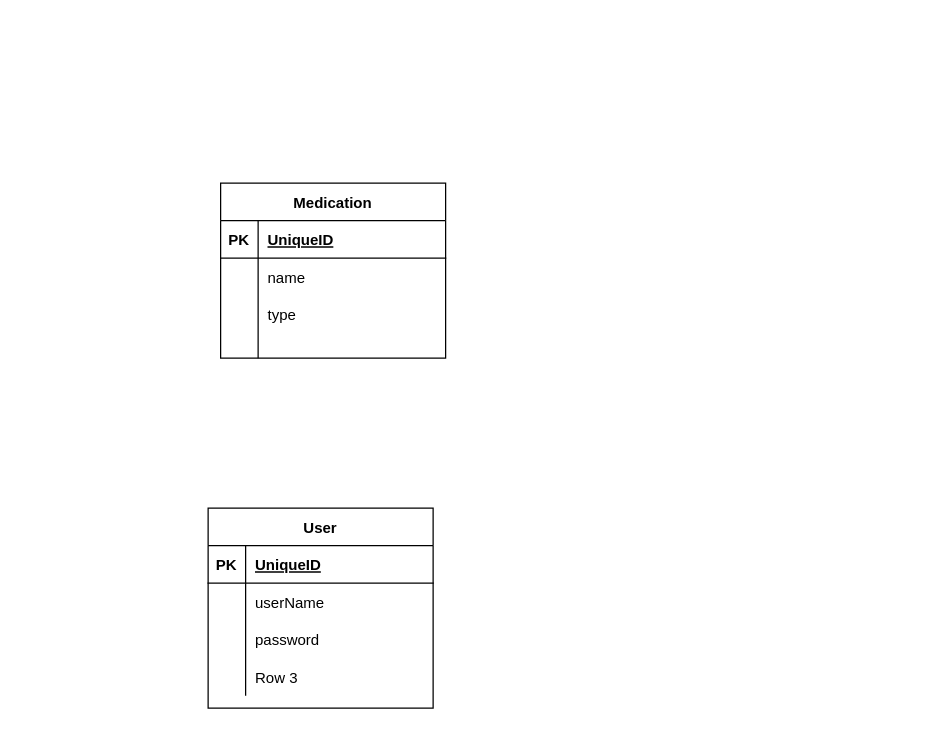
Before: diagrams/DB Modeling Diagram.drawio in skspade/track.rx, a draw.io diagram. Source tidied: cells renumbered, new cells numbered last; positions are measured from the earlier drawing's top-left corner, leaving out a move shared by most shapes. Both pictures are drawn from the tidied source at 125%, with x=0, y=0 at pixel (208, 182).
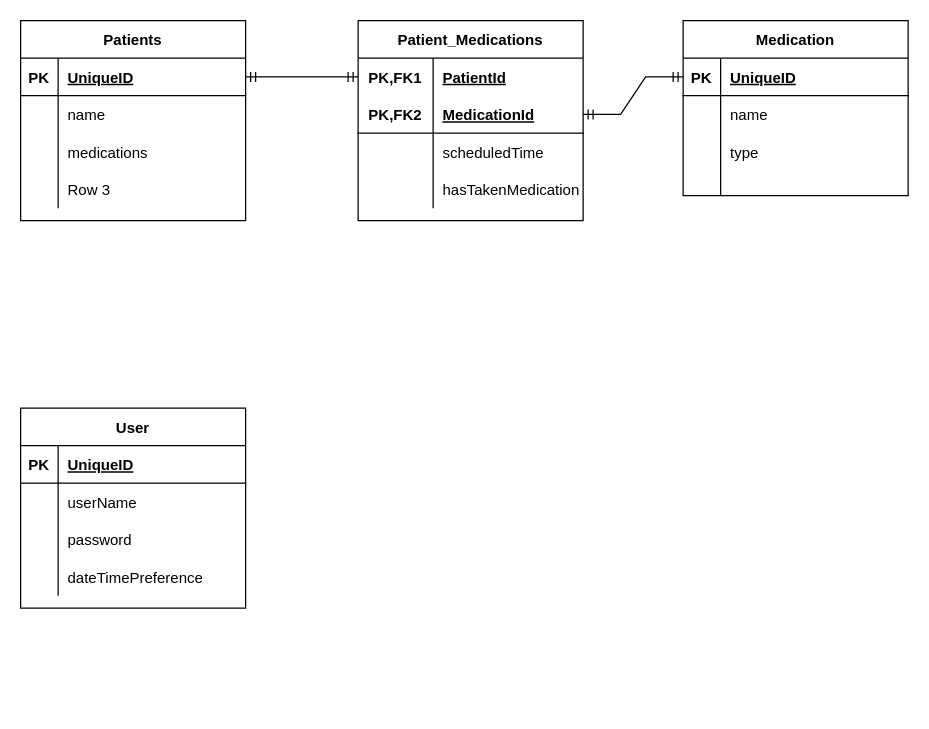
Above is the later version.

Unchanged cells that the change refers to:
```xml
<mxCell id="3" style="shape=tableRow;horizontal=0;startSize=0;swimlaneHead=0;swimlaneBody=0;fillColor=none;points=[[0,0.5],[1,0.5]];portConstraint=eastwest;top=0;left=0;right=0;bottom=1;" parent="2" vertex="1">
  <mxGeometry y="30" width="180" height="30" as="geometry" />
</mxCell>
<mxCell id="25" style="shape=tableRow;horizontal=0;startSize=0;swimlaneHead=0;swimlaneBody=0;fillColor=none;top=0;left=0;right=0;bottom=0;" parent="15" vertex="1">
  <mxGeometry y="120" width="180" height="30" as="geometry" />
</mxCell>
```

Diff of the diagram source:
```diff
@@
     <mxCell id="2" value="Medication" style="shape=table;startSize=30;childLayout=tableLayout;rowLines=0;fontStyle=1;align=center;" parent="1" vertex="1">
-      <mxGeometry x="10" width="180" height="140" as="geometry" />
+      <mxGeometry x="380" y="-130" width="180" height="140" as="geometry" />
     </mxCell>
@@
     <mxCell id="15" value="User" style="shape=table;startSize=30;childLayout=tableLayout;rowLines=0;fontStyle=1;align=center;" parent="1" vertex="1">
-      <mxGeometry y="260" width="180" height="160" as="geometry" />
+      <mxGeometry x="-150" y="180" width="180" height="160" as="geometry" />
     </mxCell>
@@
-    <mxCell id="27" value="Row 3" style="shape=partialRectangle;fillColor=none;top=0;left=0;bottom=0;right=0;align=left;spacingLeft=6;overflow=hidden;" parent="25" vertex="1">
+    <mxCell id="27" value="dateTimePreference" style="shape=partialRectangle;fillColor=none;top=0;left=0;bottom=0;right=0;align=left;spacingLeft=6;overflow=hidden;" parent="25" vertex="1">
       <mxGeometry x="30" width="150" height="30" as="geometry" />
     </mxCell>
+    <mxCell id="28" value="Patients" style="shape=table;startSize=30;childLayout=tableLayout;rowLines=0;fontStyle=1;align=center;" parent="1" vertex="1">
+      <mxGeometry x="-150" y="-130" width="180" height="160" as="geometry" />
+    </mxCell>
+    <mxCell id="29" style="shape=tableRow;horizontal=0;startSize=0;swimlaneHead=0;swimlaneBody=0;fillColor=none;points=[[0,0.5],[1,0.5]];portConstraint=eastwest;top=0;left=0;right=0;bottom=1;" parent="28" vertex="1">
+      <mxGeometry y="30" width="180" height="30" as="geometry" />
+    </mxCell>
+    <mxCell id="30" value="PK" style="shape=partialRectangle;fillColor=none;top=0;left=0;bottom=0;right=0;fontStyle=1;overflow=hidden;" parent="29" vertex="1">
+      <mxGeometry width="30" height="30" as="geometry" />
+    </mxCell>
+    <mxCell id="31" value="UniqueID" style="shape=partialRectangle;fillColor=none;top=0;left=0;bottom=0;right=0;align=left;spacingLeft=6;fontStyle=5;overflow=hidden;" parent="29" vertex="1">
+      <mxGeometry x="30" width="150" height="30" as="geometry" />
+    </mxCell>
+    <mxCell id="32" style="shape=tableRow;horizontal=0;startSize=0;swimlaneHead=0;swimlaneBody=0;fillColor=none;top=0;left=0;right=0;bottom=0;" parent="28" vertex="1">
+      <mxGeometry y="60" width="180" height="30" as="geometry" />
+    </mxCell>
+    <mxCell id="33" style="shape=partialRectangle;fillColor=none;top=0;left=0;bottom=0;right=0;overflow=hidden;" parent="32" vertex="1">
+      <mxGeometry width="30" height="30" as="geometry" />
+    </mxCell>
+    <mxCell id="34" value="name" style="shape=partialRectangle;fillColor=none;top=0;left=0;bottom=0;right=0;align=left;spacingLeft=6;overflow=hidden;" parent="32" vertex="1">
+      <mxGeometry x="30" width="150" height="30" as="geometry" />
+    </mxCell>
+    <mxCell id="35" style="shape=tableRow;horizontal=0;startSize=0;swimlaneHead=0;swimlaneBody=0;fillColor=none;top=0;left=0;right=0;bottom=0;" parent="28" vertex="1">
+      <mxGeometry y="90" width="180" height="30" as="geometry" />
+    </mxCell>
+    <mxCell id="36" style="shape=partialRectangle;fillColor=none;top=0;left=0;bottom=0;right=0;overflow=hidden;" parent="35" vertex="1">
+      <mxGeometry width="30" height="30" as="geometry" />
+    </mxCell>
+    <mxCell id="37" value="medications" style="shape=partialRectangle;fillColor=none;top=0;left=0;bottom=0;right=0;align=left;spacingLeft=6;overflow=hidden;" parent="35" vertex="1">
+      <mxGeometry x="30" width="150" height="30" as="geometry" />
+    </mxCell>
+    <mxCell id="38" style="shape=tableRow;horizontal=0;startSize=0;swimlaneHead=0;swimlaneBody=0;fillColor=none;top=0;left=0;right=0;bottom=0;" parent="28" vertex="1">
+      <mxGeometry y="120" width="180" height="30" as="geometry" />
+    </mxCell>
+    <mxCell id="39" style="shape=partialRectangle;fillColor=none;top=0;left=0;bottom=0;right=0;overflow=hidden;" parent="38" vertex="1">
+      <mxGeometry width="30" height="30" as="geometry" />
+    </mxCell>
+    <mxCell id="40" value="Row 3" style="shape=partialRectangle;fillColor=none;top=0;left=0;bottom=0;right=0;align=left;spacingLeft=6;overflow=hidden;" parent="38" vertex="1">
+      <mxGeometry x="30" width="150" height="30" as="geometry" />
+    </mxCell>
+    <mxCell id="41" value="Patient_Medications" style="shape=table;startSize=30;childLayout=tableLayout;rowLines=0;fontStyle=1;align=center;" parent="1" vertex="1">
+      <mxGeometry x="120" y="-130" width="180" height="160" as="geometry" />
+    </mxCell>
+    <mxCell id="42" style="shape=tableRow;horizontal=0;startSize=0;swimlaneHead=0;swimlaneBody=0;fillColor=none;points=[[0,0.5],[1,0.5]];portConstraint=eastwest;top=0;left=0;right=0;bottom=0;" parent="41" vertex="1">
+      <mxGeometry y="30" width="180" height="30" as="geometry" />
+    </mxCell>
+    <mxCell id="43" value="PK,FK1" style="shape=partialRectangle;fillColor=none;top=0;left=0;bottom=0;right=0;fontStyle=1;overflow=hidden;" parent="42" vertex="1">
+      <mxGeometry width="60" height="30" as="geometry" />
+    </mxCell>
+    <mxCell id="44" value="PatientId" style="shape=partialRectangle;fillColor=none;top=0;left=0;bottom=0;right=0;align=left;spacingLeft=6;fontStyle=5;overflow=hidden;" parent="42" vertex="1">
+      <mxGeometry x="60" width="120" height="30" as="geometry" />
+    </mxCell>
+    <mxCell id="45" style="shape=tableRow;horizontal=0;startSize=0;swimlaneHead=0;swimlaneBody=0;fillColor=none;points=[[0,0.5],[1,0.5]];portConstraint=eastwest;top=0;left=0;right=0;bottom=1;" parent="41" vertex="1">
+      <mxGeometry y="60" width="180" height="30" as="geometry" />
+    </mxCell>
+    <mxCell id="46" value="PK,FK2" style="shape=partialRectangle;fillColor=none;top=0;left=0;bottom=0;right=0;fontStyle=1;overflow=hidden;" parent="45" vertex="1">
+      <mxGeometry width="60" height="30" as="geometry" />
+    </mxCell>
+    <mxCell id="47" value="MedicationId" style="shape=partialRectangle;fillColor=none;top=0;left=0;bottom=0;right=0;align=left;spacingLeft=6;fontStyle=5;overflow=hidden;" parent="45" vertex="1">
+      <mxGeometry x="60" width="120" height="30" as="geometry" />
+    </mxCell>
+    <mxCell id="48" style="shape=tableRow;horizontal=0;startSize=0;swimlaneHead=0;swimlaneBody=0;fillColor=none;top=0;left=0;right=0;bottom=0;" parent="41" vertex="1">
+      <mxGeometry y="90" width="180" height="30" as="geometry" />
+    </mxCell>
+    <mxCell id="49" style="shape=partialRectangle;fillColor=none;top=0;left=0;bottom=0;right=0;overflow=hidden;" parent="48" vertex="1">
+      <mxGeometry width="60" height="30" as="geometry" />
+    </mxCell>
+    <mxCell id="50" value="scheduledTime" style="shape=partialRectangle;fillColor=none;top=0;left=0;bottom=0;right=0;align=left;spacingLeft=6;overflow=hidden;" parent="48" vertex="1">
+      <mxGeometry x="60" width="120" height="30" as="geometry" />
+    </mxCell>
+    <mxCell id="51" style="shape=tableRow;horizontal=0;startSize=0;swimlaneHead=0;swimlaneBody=0;fillColor=none;top=0;left=0;right=0;bottom=0;" parent="41" vertex="1">
+      <mxGeometry y="120" width="180" height="30" as="geometry" />
+    </mxCell>
+    <mxCell id="52" style="shape=partialRectangle;fillColor=none;top=0;left=0;bottom=0;right=0;overflow=hidden;" parent="51" vertex="1">
+      <mxGeometry width="60" height="30" as="geometry" />
+    </mxCell>
+    <mxCell id="53" value="hasTakenMedication" style="shape=partialRectangle;fillColor=none;top=0;left=0;bottom=0;right=0;align=left;spacingLeft=6;overflow=hidden;" parent="51" vertex="1">
+      <mxGeometry x="60" width="120" height="30" as="geometry" />
+    </mxCell>
+    <mxCell id="54" style="edgeStyle=entityRelationEdgeStyle;fontSize=12;html=1;endArrow=ERmandOne;startArrow=ERmandOne;rounded=0;exitX=1;exitY=0.5;exitDx=0;exitDy=0;entryX=0;entryY=0.5;entryDx=0;entryDy=0;" parent="1" edge="1" source="29" target="42">
+      <mxGeometry relative="1" as="geometry" />
+    </mxCell>
+    <mxCell id="55" style="edgeStyle=entityRelationEdgeStyle;fontSize=12;html=1;endArrow=ERmandOne;startArrow=ERmandOne;rounded=0;entryX=1;entryY=0.5;entryDx=0;entryDy=0;exitX=0;exitY=0.5;exitDx=0;exitDy=0;" parent="1" edge="1" source="3" target="45">
+      <mxGeometry relative="1" as="geometry" />
+    </mxCell>
```
